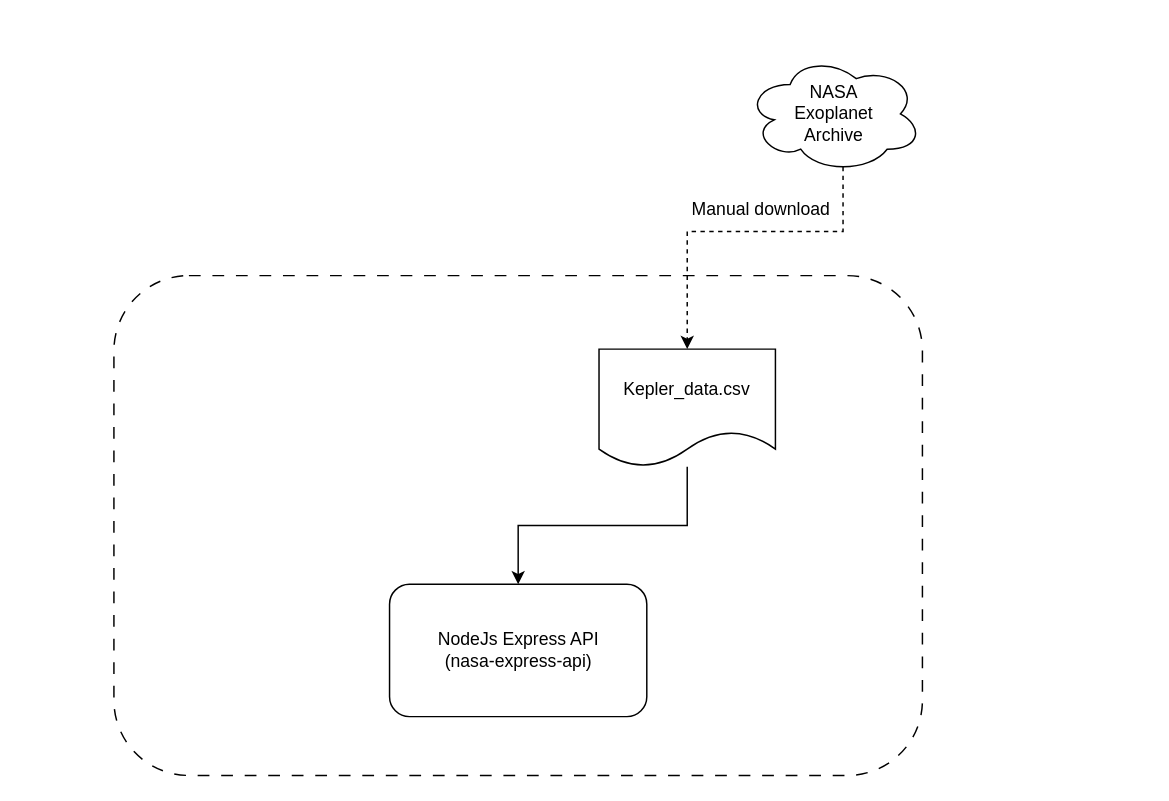
The draw.io diagram NASA API Diagram.drawio in codeskul/nasa-express-api, before the edit. Source tidied: cells renumbered, new cells numbered last; positions are measured from the earlier drawing's top-left corner, leaving out a move shared by most shapes. Both pictures are drawn from the tidied source at 147%, with x=0, y=0 at pixel (113, 54).
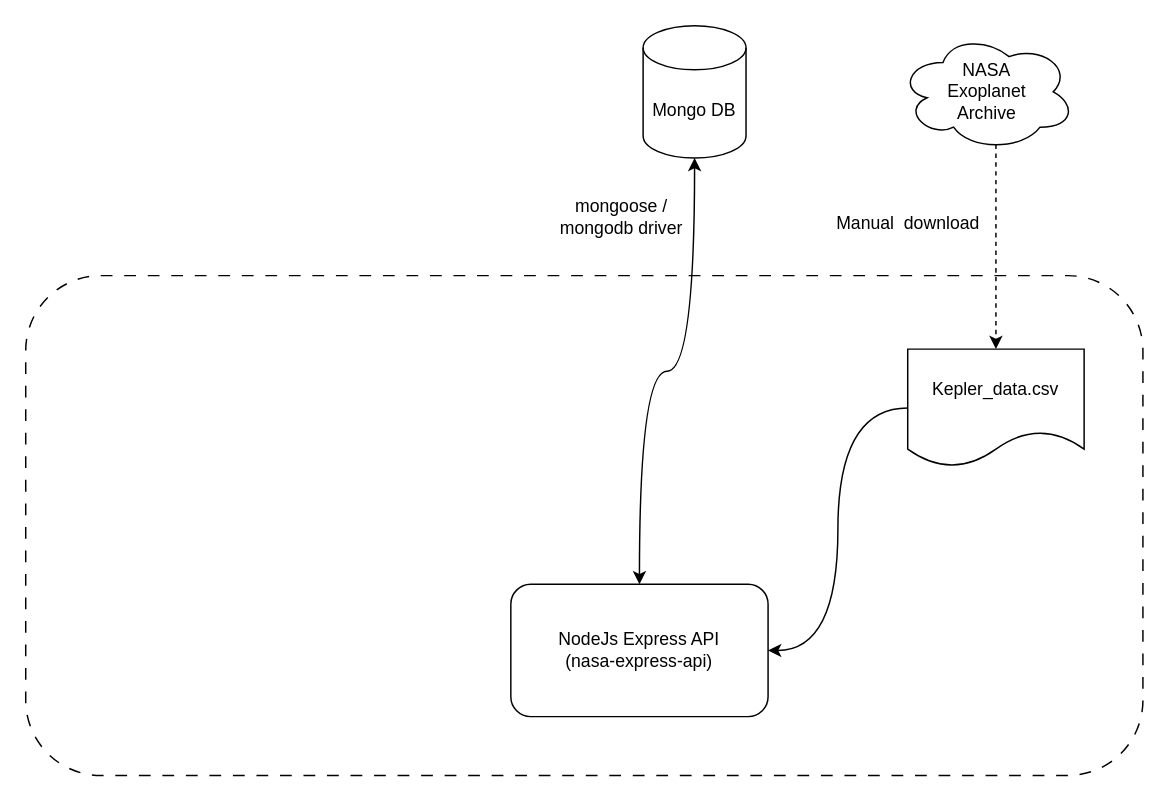
The same diagram, later.

Commit message (it also covers changes not shown here):
store Planets in mongodb on project start

The edit, as a diff of the source:
```diff
@@
 <mxGraphModel>
   <root>
     <mxCell id="0" />
     <mxCell id="1" parent="0" />
     <mxCell id="2" style="rounded=1;whiteSpace=wrap;html=1;dashed=1;dashPattern=8 8;" parent="1" vertex="1">
-      <mxGeometry y="150" width="550" height="340" as="geometry" />
+      <mxGeometry x="-60" y="150" width="760" height="340" as="geometry" />
     </mxCell>
     <mxCell id="3" value="NodeJs Express API&lt;br&gt;(nasa-express-api)" style="rounded=1;whiteSpace=wrap;html=1;" parent="1" vertex="1">
-      <mxGeometry x="187.5" y="360" width="175" height="90" as="geometry" />
+      <mxGeometry x="270" y="360" width="175" height="90" as="geometry" />
     </mxCell>
+    <mxCell id="5" style="edgeStyle=orthogonalEdgeStyle;rounded=0;jettySize=auto;html=1;entryX=1;entryY=0.5;entryDx=0;entryDy=0;curved=1;" parent="1" edge="1" source="4" target="3">
+      <mxGeometry relative="1" as="geometry" />
+    </mxCell>
     <mxCell id="4" value="Kepler_data.csv" style="shape=document;whiteSpace=wrap;html=1;boundedLbl=1;" parent="1" vertex="1">
-      <mxGeometry x="330" y="200" width="120" height="80" as="geometry" />
+      <mxGeometry x="540" y="200" width="120" height="80" as="geometry" />
     </mxCell>
-    <mxCell id="5" style="endArrow=classic;html=1;rounded=0;entryX=0.5;entryY=0;entryDx=0;entryDy=0;" parent="1" edge="1" source="4" target="3">
-      <mxGeometry relative="1" as="geometry">
-        <Array as="points">
-          <mxPoint x="390" y="320" />
-          <mxPoint x="275" y="320" />
-        </Array>
-      </mxGeometry>
-    </mxCell>
-    <mxCell id="6" style="edgeStyle=none;rounded=0;jettySize=auto;html=1;exitX=0.55;exitY=0.95;exitDx=0;exitDy=0;exitPerimeter=0;entryX=0.5;entryY=0;entryDx=0;entryDy=0;dashed=1;" parent="1" edge="1" source="7" target="4">
-      <mxGeometry relative="1" as="geometry">
-        <Array as="points">
-          <mxPoint x="496" y="120" />
-          <mxPoint x="390" y="120" />
-        </Array>
-      </mxGeometry>
+    <mxCell id="6" style="edgeStyle=orthogonalEdgeStyle;rounded=0;jettySize=auto;html=1;exitX=0.55;exitY=0.95;exitDx=0;exitDy=0;exitPerimeter=0;dashed=1;curved=1;" parent="1" edge="1" source="7" target="4">
+      <mxGeometry relative="1" as="geometry" />
     </mxCell>
     <mxCell id="7" value="NASA &lt;br&gt;Exoplanet &lt;br&gt;Archive" style="ellipse;shape=cloud;whiteSpace=wrap;html=1;" parent="1" vertex="1">
-      <mxGeometry x="430" width="120" height="80" as="geometry" />
+      <mxGeometry x="534" y="-15" width="120" height="80" as="geometry" />
     </mxCell>
-    <mxCell id="8" value="Manual download" style="text;html=1;align=center;verticalAlign=middle;points=[];strokeColor=none;fillColor=none;" parent="1" vertex="1">
-      <mxGeometry x="380" y="90" width="120" height="30" as="geometry" />
+    <mxCell id="8" value="Manual&amp;nbsp; download" style="text;html=1;align=center;verticalAlign=middle;points=[];strokeColor=none;fillColor=none;" parent="1" vertex="1">
+      <mxGeometry x="480" y="100" width="120" height="30" as="geometry" />
     </mxCell>
     <mxCell id="9" style="edgeStyle=none;rounded=0;orthogonalLoop=1;jettySize=auto;html=1;entryX=0.43;entryY=-0.033;entryDx=0;entryDy=0;entryPerimeter=0;" parent="1" edge="1" source="8" target="8">
       <mxGeometry relative="1" as="geometry" />
     </mxCell>
+    <mxCell id="10" style="edgeStyle=orthogonalEdgeStyle;rounded=0;jettySize=auto;html=1;exitX=0.5;exitY=1;exitDx=0;exitDy=0;exitPerimeter=0;curved=1;startArrow=classic;startFill=1;" parent="1" edge="1" source="11" target="3">
+      <mxGeometry relative="1" as="geometry" />
+    </mxCell>
+    <mxCell id="11" value="Mongo DB" style="shape=cylinder3;whiteSpace=wrap;html=1;boundedLbl=1;backgroundOutline=1;size=15;" parent="1" vertex="1">
+      <mxGeometry x="360" y="-20" width="70" height="90" as="geometry" />
+    </mxCell>
+    <mxCell id="12" value="mongoose / &lt;br&gt;mongodb driver" style="text;html=1;align=center;verticalAlign=middle;strokeColor=none;fillColor=none;" parent="1" vertex="1">
+      <mxGeometry x="290" y="90" width="110" height="40" as="geometry" />
+    </mxCell>
   </root>
 </mxGraphModel>
```
